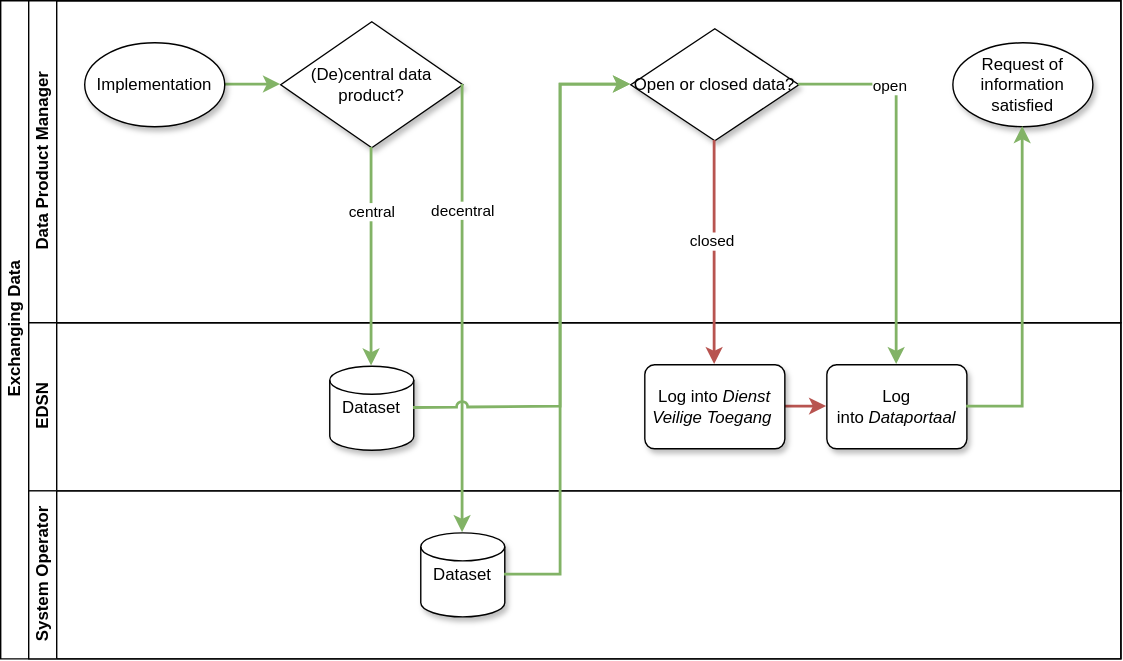
The draw.io diagram docs/assets/images/process/exchanging-the-data.drawio.svg in Netbeheer-Nederland/data-products, before a commit. Source tidied: cells renumbered, new cells last; positions are measured from the earlier drawing's top-left corner, leaving out a move shared by most shapes. Source of this version:
```xml
<mxGraphModel>
  <root>
    <mxCell id="0" />
    <mxCell id="1" parent="0" />
    <mxCell id="2" value="Exchanging Data" style="swimlane;html=1;horizontal=0;startSize=20;" parent="1" vertex="1">
      <mxGeometry width="800" height="470" as="geometry" />
    </mxCell>
    <mxCell id="3" value="Data Product Manager" style="swimlane;html=1;startSize=20;horizontal=0;" parent="2" vertex="1">
      <mxGeometry x="20" width="780" height="230" as="geometry" />
    </mxCell>
    <mxCell id="4" style="edgeStyle=orthogonalEdgeStyle;rounded=0;jettySize=auto;html=1;strokeWidth=2;fillColor=#d5e8d4;strokeColor=#82b366;" parent="3" edge="1" source="5" target="7">
      <mxGeometry relative="1" as="geometry" />
    </mxCell>
    <mxCell id="5" value="Implementation" style="strokeWidth=1;html=1;shape=mxgraph.flowchart.start_1;whiteSpace=wrap;shadow=1;" parent="3" vertex="1">
      <mxGeometry x="40" y="30" width="100" height="60" as="geometry" />
    </mxCell>
    <mxCell id="6" value="Request of information satisfied" style="strokeWidth=1;html=1;shape=mxgraph.flowchart.start_1;whiteSpace=wrap;shadow=1;" parent="3" vertex="1">
      <mxGeometry x="660" y="30" width="100" height="60" as="geometry" />
    </mxCell>
    <mxCell id="7" value="(De)central data product?" style="strokeWidth=1;html=1;shape=mxgraph.flowchart.decision;whiteSpace=wrap;shadow=1;" parent="3" vertex="1">
      <mxGeometry x="180" y="15" width="130" height="90" as="geometry" />
    </mxCell>
    <mxCell id="8" value="Open or closed data?" style="strokeWidth=1;html=1;shape=mxgraph.flowchart.decision;whiteSpace=wrap;shadow=1;" parent="3" vertex="1">
      <mxGeometry x="430" y="20" width="120" height="80" as="geometry" />
    </mxCell>
    <mxCell id="9" value="EDSN" style="swimlane;html=1;startSize=20;horizontal=0;" parent="2" vertex="1">
      <mxGeometry x="20" y="230" width="780" height="120" as="geometry" />
    </mxCell>
    <mxCell id="10" value="Dataset" style="strokeWidth=1;html=1;shape=mxgraph.flowchart.database;whiteSpace=wrap;shadow=1;" parent="9" vertex="1">
      <mxGeometry x="215" y="31" width="60" height="60" as="geometry" />
    </mxCell>
    <mxCell id="11" style="edgeStyle=orthogonalEdgeStyle;rounded=0;jettySize=auto;html=1;fillColor=#f8cecc;strokeColor=#b85450;strokeWidth=2;" parent="9" edge="1" source="12" target="13">
      <mxGeometry relative="1" as="geometry" />
    </mxCell>
    <mxCell id="12" value="Log into&amp;nbsp;&lt;i&gt;Dienst Veilige Toegang&amp;nbsp;&lt;/i&gt;" style="rounded=1;whiteSpace=wrap;html=1;absoluteArcSize=1;arcSize=14;strokeWidth=1;shadow=1;" parent="9" vertex="1">
      <mxGeometry x="440" y="30" width="100" height="60" as="geometry" />
    </mxCell>
    <mxCell id="13" value="Log into&lt;i&gt;&amp;nbsp;Dataportaal&lt;/i&gt;" style="rounded=1;whiteSpace=wrap;html=1;absoluteArcSize=1;arcSize=14;strokeWidth=1;shadow=1;" parent="9" vertex="1">
      <mxGeometry x="570" y="30" width="100" height="60" as="geometry" />
    </mxCell>
    <mxCell id="14" value="System Operator" style="swimlane;html=1;startSize=20;horizontal=0;" parent="2" vertex="1">
      <mxGeometry x="20" y="350" width="780" height="120" as="geometry" />
    </mxCell>
    <mxCell id="15" value="Dataset" style="strokeWidth=1;html=1;shape=mxgraph.flowchart.database;whiteSpace=wrap;shadow=1;" parent="14" vertex="1">
      <mxGeometry x="280" y="30" width="60" height="60" as="geometry" />
    </mxCell>
    <mxCell id="16" style="endArrow=classic;html=1;rounded=0;exitX=0.5;exitY=1;exitDx=0;exitDy=0;exitPerimeter=0;entryX=0.5;entryY=0;entryDx=0;entryDy=0;fillColor=#f8cecc;strokeColor=#b85450;strokeWidth=2;" parent="2" edge="1" source="8" target="12">
      <mxGeometry relative="1" as="geometry" />
    </mxCell>
    <mxCell id="17" value="closed" style="edgeLabel;html=1;align=center;verticalAlign=middle;" parent="16" vertex="1">
      <mxGeometry x="-0.1" y="-2" relative="1" as="geometry" />
    </mxCell>
    <mxCell id="18" style="endArrow=classic;html=1;rounded=0;exitX=1;exitY=0.5;exitDx=0;exitDy=0;exitPerimeter=0;entryX=0.5;entryY=0;entryDx=0;entryDy=0;strokeWidth=2;fillColor=#d5e8d4;strokeColor=#82b366;" parent="2" edge="1" source="8" target="13">
      <mxGeometry relative="1" as="geometry">
        <Array as="points">
          <mxPoint x="640" y="60" />
        </Array>
      </mxGeometry>
    </mxCell>
    <mxCell id="19" value="open" style="edgeLabel;html=1;align=center;verticalAlign=middle;" parent="18" vertex="1">
      <mxGeometry x="-0.52" y="-1" relative="1" as="geometry" />
    </mxCell>
    <mxCell id="20" style="endArrow=classic;html=1;rounded=0;exitX=1;exitY=0.5;exitDx=0;exitDy=0;entryX=0.5;entryY=1;entryDx=0;entryDy=0;entryPerimeter=0;strokeWidth=2;fillColor=#d5e8d4;strokeColor=#82b366;" parent="2" edge="1" source="13" target="6">
      <mxGeometry relative="1" as="geometry">
        <Array as="points">
          <mxPoint x="730" y="290" />
        </Array>
      </mxGeometry>
    </mxCell>
    <mxCell id="21" style="endArrow=classic;html=1;rounded=0;exitX=1;exitY=0.5;exitDx=0;exitDy=0;exitPerimeter=0;entryX=0.5;entryY=0;entryDx=0;entryDy=0;entryPerimeter=0;fillColor=#d5e8d4;strokeColor=#82b366;strokeWidth=2;" parent="2" edge="1" source="7" target="15">
      <mxGeometry relative="1" as="geometry" />
    </mxCell>
    <mxCell id="22" value="decentral" style="edgeLabel;html=1;align=center;verticalAlign=middle;" parent="21" vertex="1">
      <mxGeometry x="-0.4" y="1" relative="1" as="geometry">
        <mxPoint x="-1" y="-6" as="offset" />
      </mxGeometry>
    </mxCell>
    <mxCell id="23" style="endArrow=classic;html=1;rounded=0;exitX=1;exitY=0.5;exitDx=0;exitDy=0;exitPerimeter=0;entryX=0;entryY=0.5;entryDx=0;entryDy=0;entryPerimeter=0;fillColor=#d5e8d4;strokeColor=#82b366;strokeWidth=2;jumpStyle=arc;" parent="2" edge="1" source="10" target="8">
      <mxGeometry relative="1" as="geometry">
        <Array as="points">
          <mxPoint x="400" y="290" />
          <mxPoint x="400" y="60" />
        </Array>
      </mxGeometry>
    </mxCell>
    <mxCell id="24" style="endArrow=classic;html=1;rounded=0;exitX=1;exitY=0.5;exitDx=0;exitDy=0;exitPerimeter=0;entryX=0;entryY=0.5;entryDx=0;entryDy=0;entryPerimeter=0;fillColor=#d5e8d4;strokeColor=#82b366;strokeWidth=2;" parent="2" edge="1" source="15" target="8">
      <mxGeometry relative="1" as="geometry">
        <Array as="points">
          <mxPoint x="400" y="410" />
          <mxPoint x="400" y="60" />
        </Array>
      </mxGeometry>
    </mxCell>
    <mxCell id="25" style="endArrow=classic;html=1;rounded=0;exitX=0.5;exitY=1;exitDx=0;exitDy=0;exitPerimeter=0;fillColor=#d5e8d4;strokeColor=#82b366;strokeWidth=2;entryX=0.5;entryY=0;entryDx=0;entryDy=0;entryPerimeter=0;" parent="2" edge="1" source="7" target="10">
      <mxGeometry relative="1" as="geometry" />
    </mxCell>
    <mxCell id="26" value="central" style="edgeLabel;html=1;align=center;verticalAlign=middle;" parent="25" vertex="1">
      <mxGeometry x="-0.38" y="-1" relative="1" as="geometry">
        <mxPoint x="1" y="-3" as="offset" />
      </mxGeometry>
    </mxCell>
  </root>
</mxGraphModel>
```
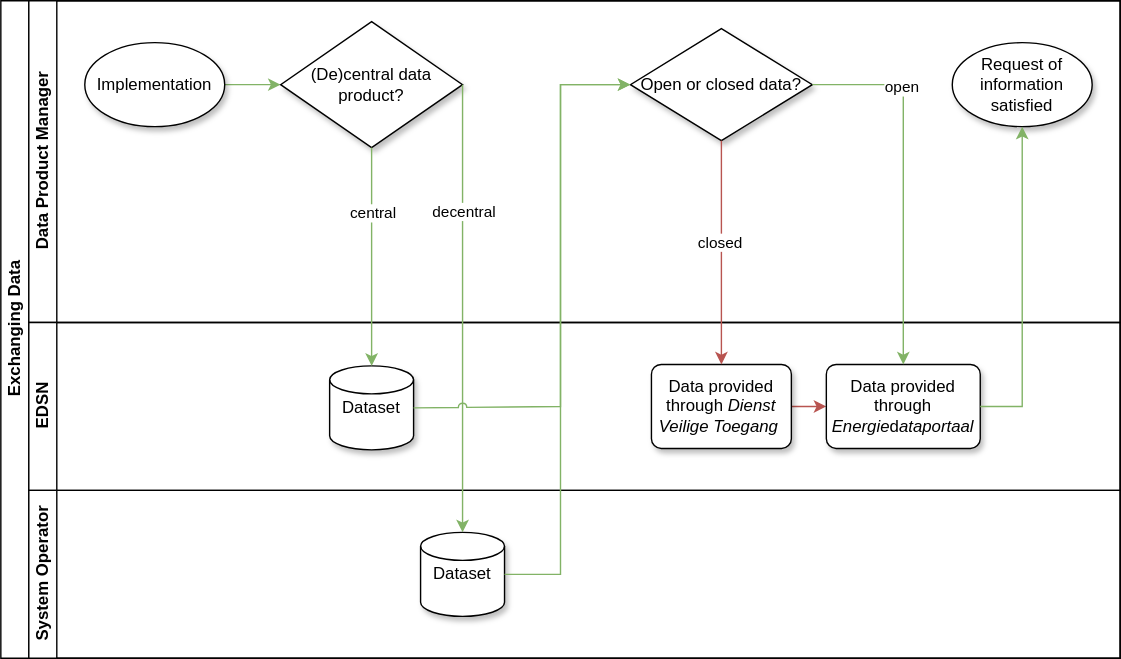
After the commit.

What changed in the source:
```diff
@@ -8,7 +8,7 @@
     <mxCell id="3" value="Data Product Manager" style="swimlane;html=1;startSize=20;horizontal=0;" parent="2" vertex="1">
       <mxGeometry x="20" width="780" height="230" as="geometry" />
     </mxCell>
-    <mxCell id="4" style="edgeStyle=orthogonalEdgeStyle;rounded=0;jettySize=auto;html=1;strokeWidth=2;fillColor=#d5e8d4;strokeColor=#82b366;" parent="3" edge="1" source="5" target="7">
+    <mxCell id="4" style="edgeStyle=orthogonalEdgeStyle;rounded=0;jettySize=auto;html=1;strokeWidth=1;fillColor=#d5e8d4;strokeColor=#82b366;" parent="3" edge="1" source="5" target="7">
       <mxGeometry relative="1" as="geometry" />
     </mxCell>
     <mxCell id="5" value="Implementation" style="strokeWidth=1;html=1;shape=mxgraph.flowchart.start_1;whiteSpace=wrap;shadow=1;" parent="3" vertex="1">
@@ -21,7 +21,7 @@
       <mxGeometry x="180" y="15" width="130" height="90" as="geometry" />
     </mxCell>
     <mxCell id="8" value="Open or closed data?" style="strokeWidth=1;html=1;shape=mxgraph.flowchart.decision;whiteSpace=wrap;shadow=1;" parent="3" vertex="1">
-      <mxGeometry x="430" y="20" width="120" height="80" as="geometry" />
+      <mxGeometry x="430" y="20" width="130" height="80" as="geometry" />
     </mxCell>
     <mxCell id="9" value="EDSN" style="swimlane;html=1;startSize=20;horizontal=0;" parent="2" vertex="1">
       <mxGeometry x="20" y="230" width="780" height="120" as="geometry" />
@@ -29,14 +29,14 @@
     <mxCell id="10" value="Dataset" style="strokeWidth=1;html=1;shape=mxgraph.flowchart.database;whiteSpace=wrap;shadow=1;" parent="9" vertex="1">
       <mxGeometry x="215" y="31" width="60" height="60" as="geometry" />
     </mxCell>
-    <mxCell id="11" style="edgeStyle=orthogonalEdgeStyle;rounded=0;jettySize=auto;html=1;fillColor=#f8cecc;strokeColor=#b85450;strokeWidth=2;" parent="9" edge="1" source="12" target="13">
+    <mxCell id="11" style="edgeStyle=orthogonalEdgeStyle;rounded=0;jettySize=auto;html=1;fillColor=#f8cecc;strokeColor=#b85450;strokeWidth=1;" parent="9" edge="1" source="12" target="13">
       <mxGeometry relative="1" as="geometry" />
     </mxCell>
-    <mxCell id="12" value="Log into&amp;nbsp;&lt;i&gt;Dienst Veilige Toegang&amp;nbsp;&lt;/i&gt;" style="rounded=1;whiteSpace=wrap;html=1;absoluteArcSize=1;arcSize=14;strokeWidth=1;shadow=1;" parent="9" vertex="1">
-      <mxGeometry x="440" y="30" width="100" height="60" as="geometry" />
+    <mxCell id="12" value="Data provided through&amp;nbsp;&lt;i&gt;Dienst Veilige Toegang&amp;nbsp;&lt;/i&gt;" style="rounded=1;whiteSpace=wrap;html=1;absoluteArcSize=1;arcSize=14;strokeWidth=1;shadow=1;" parent="9" vertex="1">
+      <mxGeometry x="445" y="30" width="100" height="60" as="geometry" />
     </mxCell>
-    <mxCell id="13" value="Log into&lt;i&gt;&amp;nbsp;Dataportaal&lt;/i&gt;" style="rounded=1;whiteSpace=wrap;html=1;absoluteArcSize=1;arcSize=14;strokeWidth=1;shadow=1;" parent="9" vertex="1">
-      <mxGeometry x="570" y="30" width="100" height="60" as="geometry" />
+    <mxCell id="13" value="Data provided through &lt;i&gt;Energie&lt;/i&gt;d&lt;i&gt;ataportaal&lt;/i&gt;" style="rounded=1;whiteSpace=wrap;html=1;absoluteArcSize=1;arcSize=14;strokeWidth=1;shadow=1;" parent="9" vertex="1">
+      <mxGeometry x="570" y="30" width="110" height="60" as="geometry" />
     </mxCell>
     <mxCell id="14" value="System Operator" style="swimlane;html=1;startSize=20;horizontal=0;" parent="2" vertex="1">
       <mxGeometry x="20" y="350" width="780" height="120" as="geometry" />
@@ -44,30 +44,30 @@
     <mxCell id="15" value="Dataset" style="strokeWidth=1;html=1;shape=mxgraph.flowchart.database;whiteSpace=wrap;shadow=1;" parent="14" vertex="1">
       <mxGeometry x="280" y="30" width="60" height="60" as="geometry" />
     </mxCell>
-    <mxCell id="16" style="endArrow=classic;html=1;rounded=0;exitX=0.5;exitY=1;exitDx=0;exitDy=0;exitPerimeter=0;entryX=0.5;entryY=0;entryDx=0;entryDy=0;fillColor=#f8cecc;strokeColor=#b85450;strokeWidth=2;" parent="2" edge="1" source="8" target="12">
+    <mxCell id="16" style="endArrow=classic;html=1;rounded=0;exitX=0.5;exitY=1;exitDx=0;exitDy=0;exitPerimeter=0;entryX=0.5;entryY=0;entryDx=0;entryDy=0;fillColor=#f8cecc;strokeColor=#b85450;strokeWidth=1;" parent="2" edge="1" source="8" target="12">
       <mxGeometry relative="1" as="geometry" />
     </mxCell>
     <mxCell id="17" value="closed" style="edgeLabel;html=1;align=center;verticalAlign=middle;" parent="16" vertex="1">
       <mxGeometry x="-0.1" y="-2" relative="1" as="geometry" />
     </mxCell>
-    <mxCell id="18" style="endArrow=classic;html=1;rounded=0;exitX=1;exitY=0.5;exitDx=0;exitDy=0;exitPerimeter=0;entryX=0.5;entryY=0;entryDx=0;entryDy=0;strokeWidth=2;fillColor=#d5e8d4;strokeColor=#82b366;" parent="2" edge="1" source="8" target="13">
+    <mxCell id="18" style="endArrow=classic;html=1;rounded=0;exitX=1;exitY=0.5;exitDx=0;exitDy=0;exitPerimeter=0;entryX=0.5;entryY=0;entryDx=0;entryDy=0;strokeWidth=1;fillColor=#d5e8d4;strokeColor=#82b366;" parent="2" edge="1" source="8" target="13">
       <mxGeometry relative="1" as="geometry">
         <Array as="points">
-          <mxPoint x="640" y="60" />
+          <mxPoint x="645" y="60" />
         </Array>
       </mxGeometry>
     </mxCell>
     <mxCell id="19" value="open" style="edgeLabel;html=1;align=center;verticalAlign=middle;" parent="18" vertex="1">
       <mxGeometry x="-0.52" y="-1" relative="1" as="geometry" />
     </mxCell>
-    <mxCell id="20" style="endArrow=classic;html=1;rounded=0;exitX=1;exitY=0.5;exitDx=0;exitDy=0;entryX=0.5;entryY=1;entryDx=0;entryDy=0;entryPerimeter=0;strokeWidth=2;fillColor=#d5e8d4;strokeColor=#82b366;" parent="2" edge="1" source="13" target="6">
+    <mxCell id="20" style="endArrow=classic;html=1;rounded=0;exitX=1;exitY=0.5;exitDx=0;exitDy=0;entryX=0.5;entryY=1;entryDx=0;entryDy=0;entryPerimeter=0;strokeWidth=1;fillColor=#d5e8d4;strokeColor=#82b366;" parent="2" edge="1" source="13" target="6">
       <mxGeometry relative="1" as="geometry">
         <Array as="points">
           <mxPoint x="730" y="290" />
         </Array>
       </mxGeometry>
     </mxCell>
-    <mxCell id="21" style="endArrow=classic;html=1;rounded=0;exitX=1;exitY=0.5;exitDx=0;exitDy=0;exitPerimeter=0;entryX=0.5;entryY=0;entryDx=0;entryDy=0;entryPerimeter=0;fillColor=#d5e8d4;strokeColor=#82b366;strokeWidth=2;" parent="2" edge="1" source="7" target="15">
+    <mxCell id="21" style="endArrow=classic;html=1;rounded=0;exitX=1;exitY=0.5;exitDx=0;exitDy=0;exitPerimeter=0;entryX=0.5;entryY=0;entryDx=0;entryDy=0;entryPerimeter=0;fillColor=#d5e8d4;strokeColor=#82b366;strokeWidth=1;" parent="2" edge="1" source="7" target="15">
       <mxGeometry relative="1" as="geometry" />
     </mxCell>
     <mxCell id="22" value="decentral" style="edgeLabel;html=1;align=center;verticalAlign=middle;" parent="21" vertex="1">
@@ -75,7 +75,7 @@
         <mxPoint x="-1" y="-6" as="offset" />
       </mxGeometry>
     </mxCell>
-    <mxCell id="23" style="endArrow=classic;html=1;rounded=0;exitX=1;exitY=0.5;exitDx=0;exitDy=0;exitPerimeter=0;entryX=0;entryY=0.5;entryDx=0;entryDy=0;entryPerimeter=0;fillColor=#d5e8d4;strokeColor=#82b366;strokeWidth=2;jumpStyle=arc;" parent="2" edge="1" source="10" target="8">
+    <mxCell id="23" style="endArrow=classic;html=1;rounded=0;exitX=1;exitY=0.5;exitDx=0;exitDy=0;exitPerimeter=0;entryX=0;entryY=0.5;entryDx=0;entryDy=0;entryPerimeter=0;fillColor=#d5e8d4;strokeColor=#82b366;strokeWidth=1;jumpStyle=arc;" parent="2" edge="1" source="10" target="8">
       <mxGeometry relative="1" as="geometry">
         <Array as="points">
           <mxPoint x="400" y="290" />
@@ -83,7 +83,7 @@
         </Array>
       </mxGeometry>
     </mxCell>
-    <mxCell id="24" style="endArrow=classic;html=1;rounded=0;exitX=1;exitY=0.5;exitDx=0;exitDy=0;exitPerimeter=0;entryX=0;entryY=0.5;entryDx=0;entryDy=0;entryPerimeter=0;fillColor=#d5e8d4;strokeColor=#82b366;strokeWidth=2;" parent="2" edge="1" source="15" target="8">
+    <mxCell id="24" style="endArrow=classic;html=1;rounded=0;exitX=1;exitY=0.5;exitDx=0;exitDy=0;exitPerimeter=0;entryX=0;entryY=0.5;entryDx=0;entryDy=0;entryPerimeter=0;fillColor=#d5e8d4;strokeColor=#82b366;strokeWidth=1;" parent="2" edge="1" source="15" target="8">
       <mxGeometry relative="1" as="geometry">
         <Array as="points">
           <mxPoint x="400" y="410" />
@@ -91,7 +91,7 @@
         </Array>
       </mxGeometry>
     </mxCell>
-    <mxCell id="25" style="endArrow=classic;html=1;rounded=0;exitX=0.5;exitY=1;exitDx=0;exitDy=0;exitPerimeter=0;fillColor=#d5e8d4;strokeColor=#82b366;strokeWidth=2;entryX=0.5;entryY=0;entryDx=0;entryDy=0;entryPerimeter=0;" parent="2" edge="1" source="7" target="10">
+    <mxCell id="25" style="endArrow=classic;html=1;rounded=0;exitX=0.5;exitY=1;exitDx=0;exitDy=0;exitPerimeter=0;fillColor=#d5e8d4;strokeColor=#82b366;strokeWidth=1;entryX=0.5;entryY=0;entryDx=0;entryDy=0;entryPerimeter=0;" parent="2" edge="1" source="7" target="10">
       <mxGeometry relative="1" as="geometry" />
     </mxCell>
     <mxCell id="26" value="central" style="edgeLabel;html=1;align=center;verticalAlign=middle;" parent="25" vertex="1">
```
